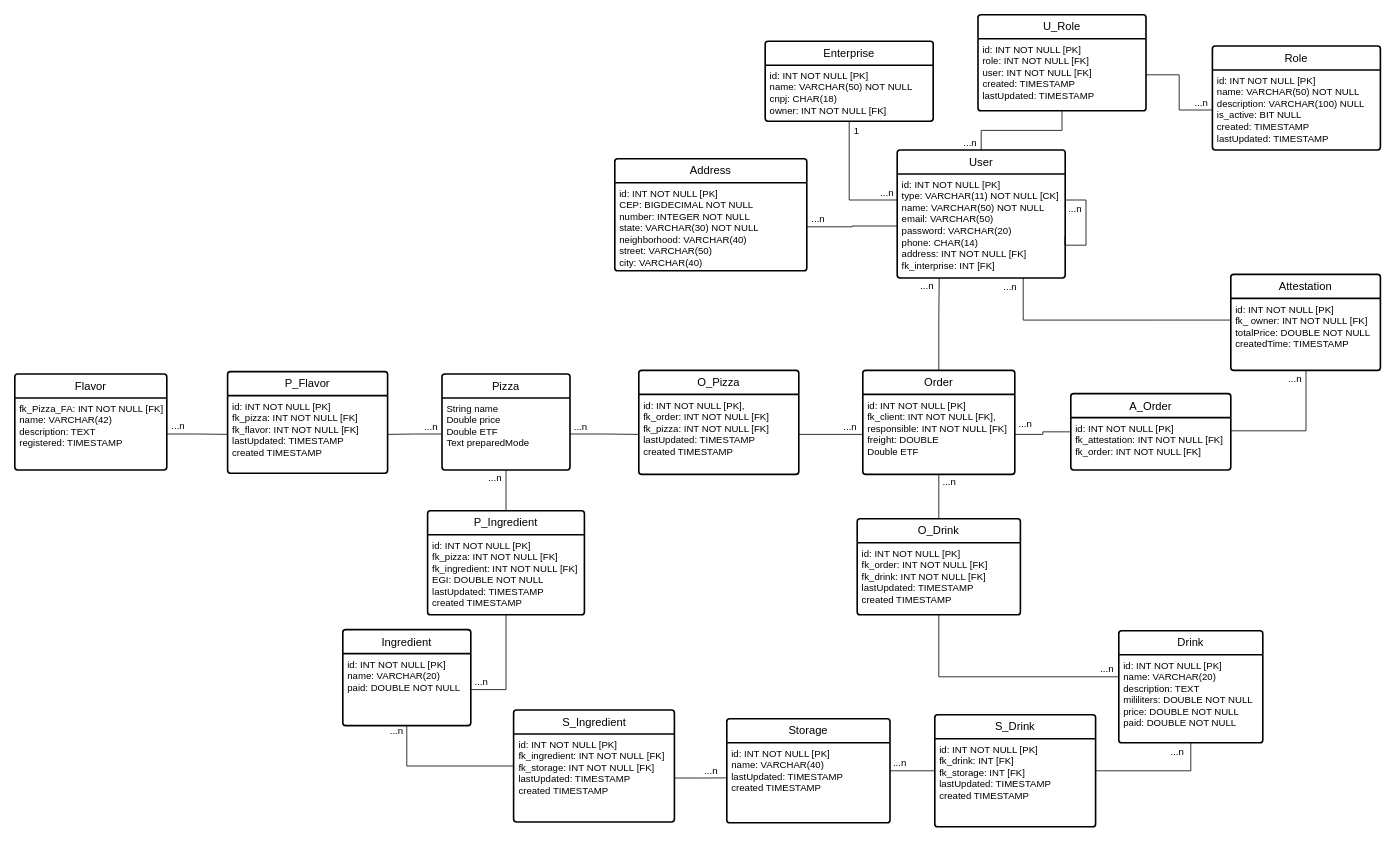
Before: page "Sketch_1-DER" (2 of 2) of DER Orderize.drawio in Sant-Thiago/Estudos, a draw.io diagram. Source tidied: cells renumbered, new cells numbered last; positions are measured from the earlier drawing's top-left corner, leaving out a move shared by most shapes. Both pictures are drawn from the tidied source at 80%, with x=0, y=0 at pixel (14, 14).
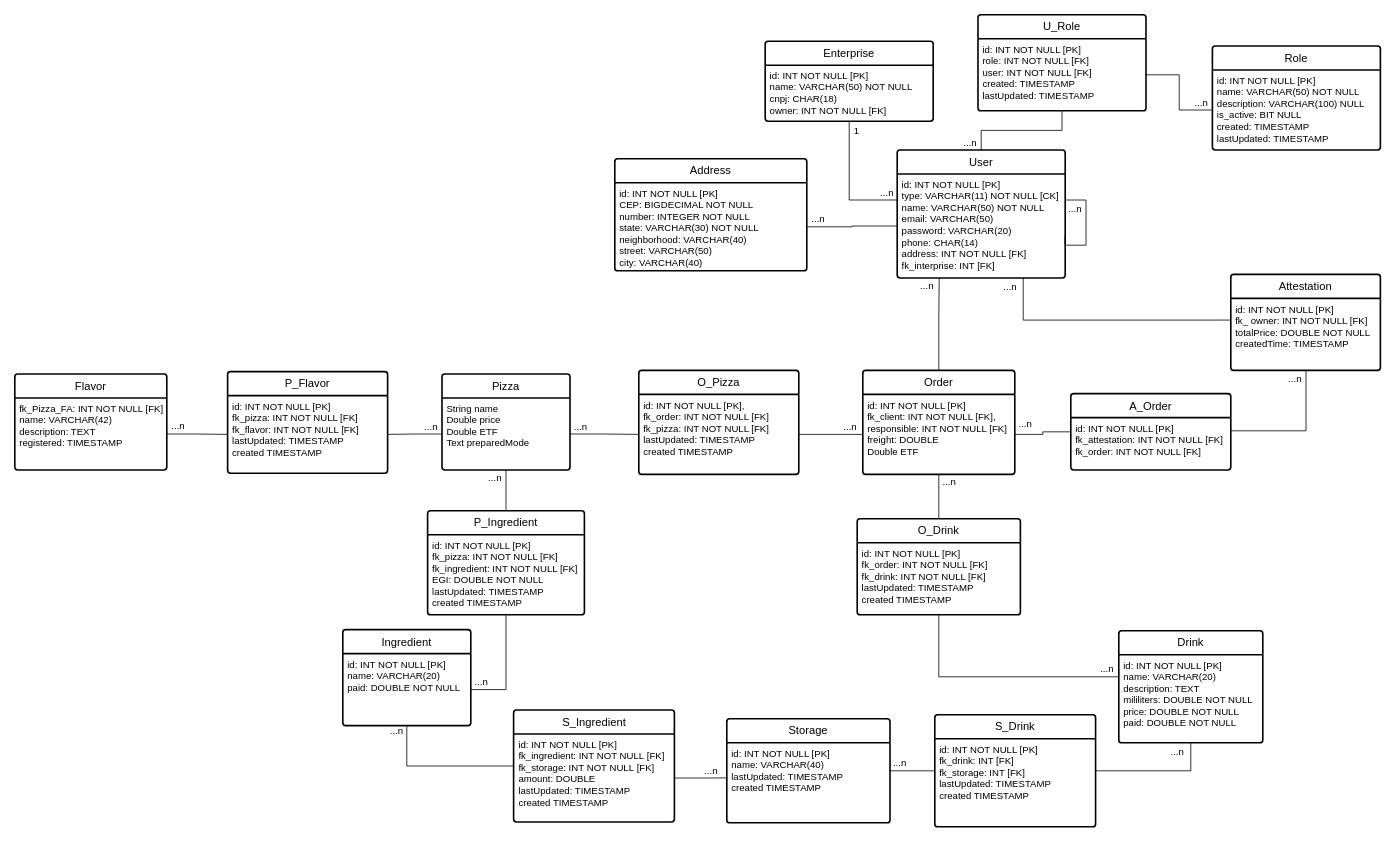
Above is the later version.

Unchanged cells that the change refers to:
```xml
<mxCell id="36" value="S_Ingredient" style="swimlane;horizontal=1;startSize=30;rounded=1;fontSize=14;fontStyle=0;strokeWidth=2;shadow=0;dashed=0;align=center;arcSize=4;whiteSpace=wrap;html=1;" parent="1" vertex="1">
  <mxGeometry x="623.5" y="869" width="201" height="140" as="geometry" />
</mxCell>
```

Diff of the diagram source:
```diff
@@
-    <mxCell id="37" value="id: INT NOT NULL [PK]&lt;div&gt;fk_ingredient: INT&lt;span style=&quot;background-color: initial;&quot;&gt;&amp;nbsp;&lt;/span&gt;&lt;span style=&quot;background-color: initial;&quot;&gt;NOT NULL&lt;/span&gt;&lt;span style=&quot;background-color: initial;&quot;&gt;&amp;nbsp;[FK]&lt;/span&gt;&lt;/div&gt;&lt;div&gt;&lt;div&gt;&lt;div&gt;fk_storage: INT&amp;nbsp;&lt;span style=&quot;background-color: initial;&quot;&gt;NOT NULL&lt;/span&gt;&lt;span style=&quot;background-color: initial;&quot;&gt;&amp;nbsp;[FK]&amp;nbsp;&lt;/span&gt;&lt;/div&gt;&lt;/div&gt;&lt;/div&gt;&lt;div&gt;&lt;div&gt;lastUpdated: TIMESTAMP&lt;/div&gt;&lt;div&gt;created TIMESTAMP&lt;/div&gt;&lt;/div&gt;" style="align=left;strokeColor=none;fillColor=none;spacingLeft=4;fontSize=12;verticalAlign=top;html=1;" parent="36" vertex="1">
+    <mxCell id="37" value="id: INT NOT NULL [PK]&lt;div&gt;fk_ingredient: INT&lt;span style=&quot;background-color: initial;&quot;&gt;&amp;nbsp;&lt;/span&gt;&lt;span style=&quot;background-color: initial;&quot;&gt;NOT NULL&lt;/span&gt;&lt;span style=&quot;background-color: initial;&quot;&gt;&amp;nbsp;[FK]&lt;/span&gt;&lt;/div&gt;&lt;div&gt;&lt;div&gt;&lt;div&gt;fk_storage: INT&amp;nbsp;&lt;span style=&quot;background-color: initial;&quot;&gt;NOT NULL&lt;/span&gt;&lt;span style=&quot;background-color: initial;&quot;&gt;&amp;nbsp;[FK]&amp;nbsp;&lt;/span&gt;&lt;/div&gt;&lt;/div&gt;&lt;/div&gt;&lt;div&gt;&lt;div&gt;amount: DOUBLE &lt;br&gt;&lt;/div&gt;&lt;div&gt;lastUpdated: TIMESTAMP&lt;/div&gt;&lt;div&gt;created TIMESTAMP&lt;/div&gt;&lt;/div&gt;" style="align=left;strokeColor=none;fillColor=none;spacingLeft=4;fontSize=12;verticalAlign=top;html=1;" parent="36" vertex="1">
       <mxGeometry y="30" width="201" height="110" as="geometry" />
     </mxCell>
```
